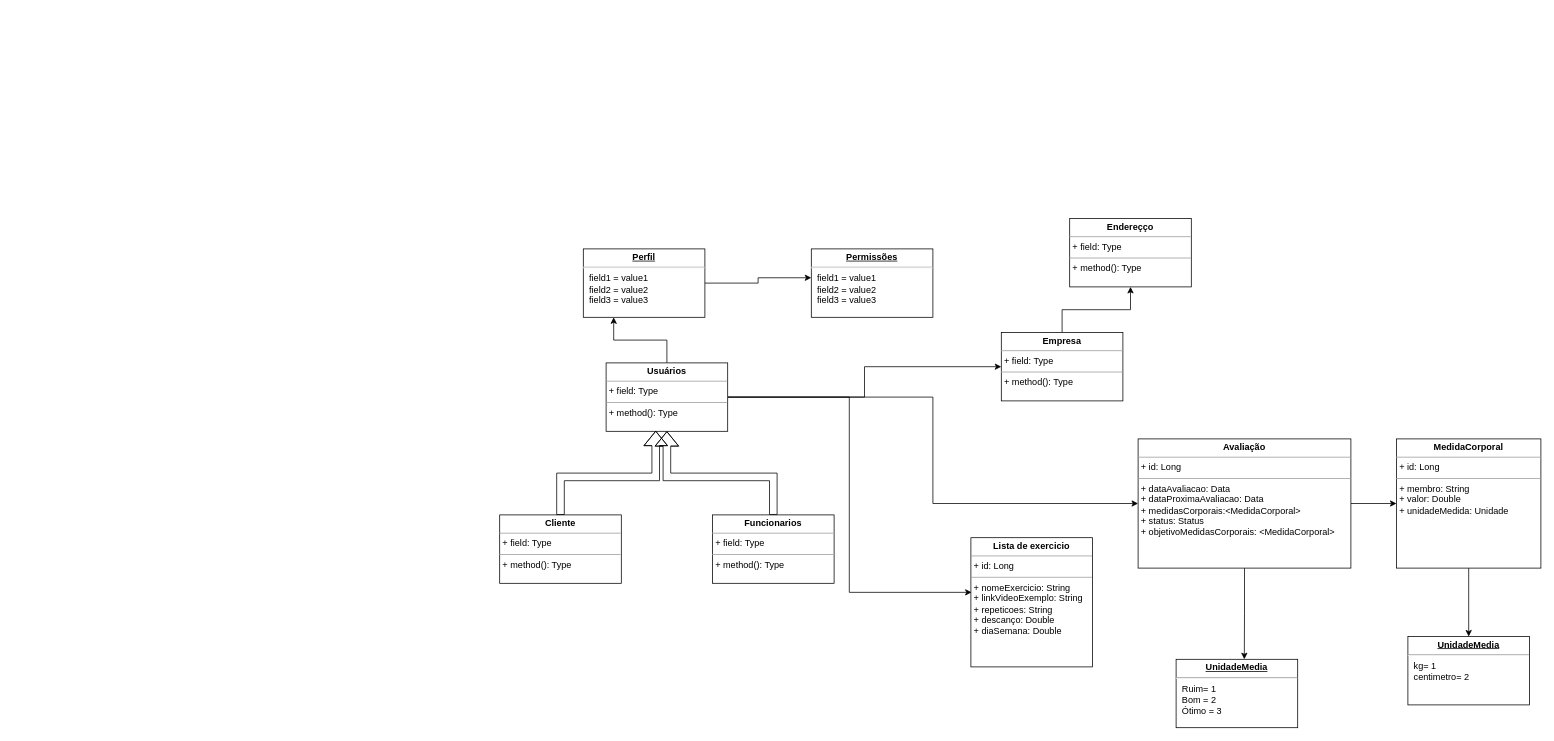
fpspeixoto/Diagramas keeps this draw.io diagram as Academia.drawio. Above is the earlier version. Source tidied: cells renumbered, new cells numbered last; positions are measured from the earlier drawing's top-left corner, leaving out a move shared by most shapes. Both pictures are drawn from the tidied source at 76%, with x=0, y=0 at pixel (499, 218).
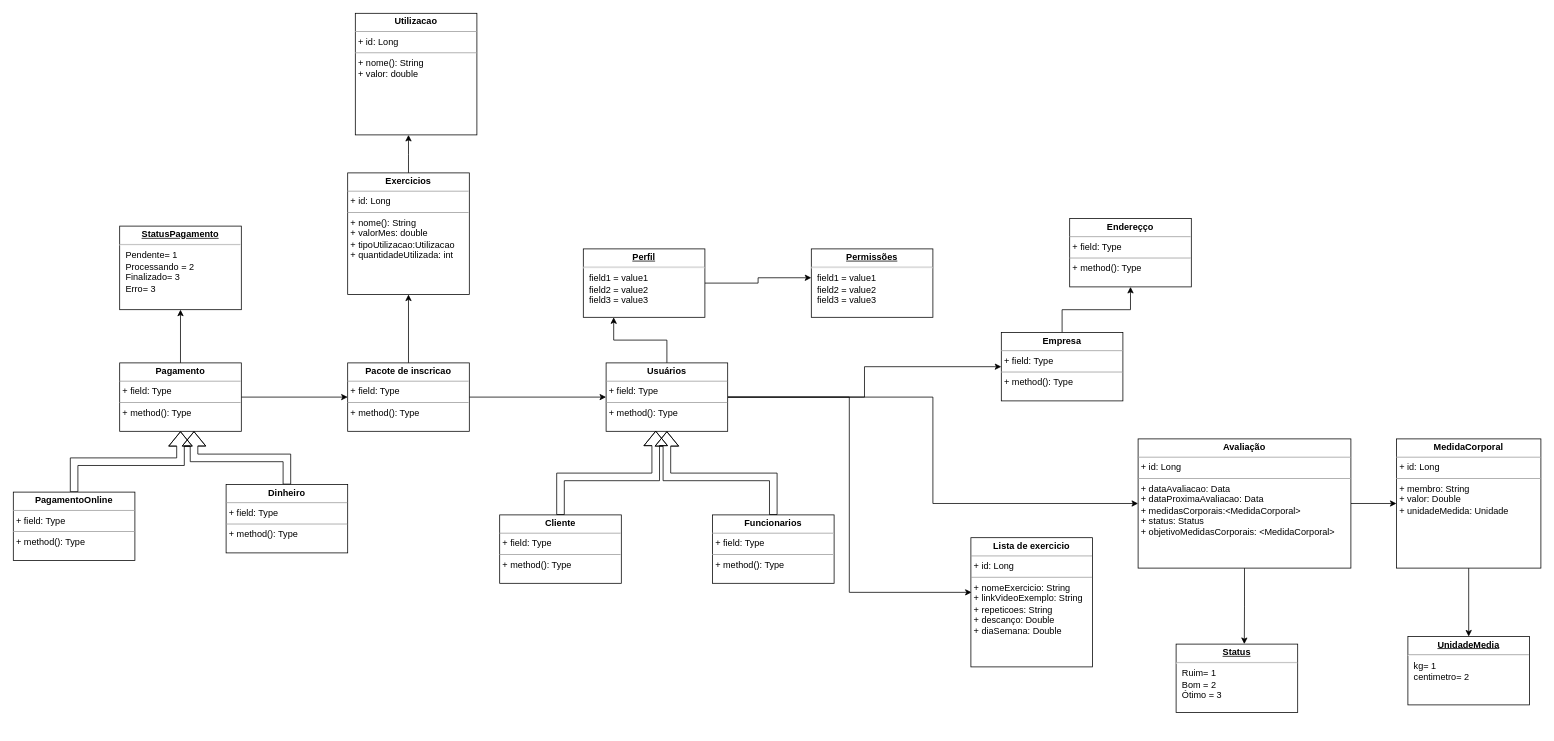
The same page after the edit.

Unchanged cells that the change refers to:
```xml
<mxCell id="6" value="&lt;p style=&quot;margin:0px;margin-top:4px;text-align:center;&quot;&gt;&lt;b&gt;Usuários&lt;/b&gt;&lt;/p&gt;&lt;hr size=&quot;1&quot;&gt;&lt;p style=&quot;margin:0px;margin-left:4px;&quot;&gt;+ field: Type&lt;/p&gt;&lt;hr size=&quot;1&quot;&gt;&lt;p style=&quot;margin:0px;margin-left:4px;&quot;&gt;+ method(): Type&lt;/p&gt;" style="verticalAlign=top;align=left;overflow=fill;fontSize=12;fontFamily=Helvetica;html=1;" parent="1" vertex="1">
  <mxGeometry x="140" y="190" width="160" height="90" as="geometry" />
</mxCell>
```

Change to the diagram source:
```diff
@@
-    <mxCell id="24" value="&lt;p style=&quot;margin:0px;margin-top:4px;text-align:center;text-decoration:underline;&quot;&gt;&lt;b&gt;UnidadeMedia&lt;/b&gt;&lt;/p&gt;&lt;hr&gt;&lt;p style=&quot;margin:0px;margin-left:8px;&quot;&gt;Ruim= 1&lt;br&gt;Bom = 2&lt;/p&gt;&lt;p style=&quot;margin:0px;margin-left:8px;&quot;&gt;Ótimo = 3&lt;br&gt;&lt;br&gt;&lt;/p&gt;" style="verticalAlign=top;align=left;overflow=fill;fontSize=12;fontFamily=Helvetica;html=1;" parent="1" vertex="1">
-      <mxGeometry x="890" y="580" width="160" height="90" as="geometry" />
+    <mxCell id="24" value="&lt;p style=&quot;margin:0px;margin-top:4px;text-align:center;text-decoration:underline;&quot;&gt;&lt;b&gt;Status&lt;/b&gt;&lt;/p&gt;&lt;hr&gt;&lt;p style=&quot;margin:0px;margin-left:8px;&quot;&gt;Ruim= 1&lt;br&gt;Bom = 2&lt;/p&gt;&lt;p style=&quot;margin:0px;margin-left:8px;&quot;&gt;Ótimo = 3&lt;br&gt;&lt;br&gt;&lt;/p&gt;" style="verticalAlign=top;align=left;overflow=fill;fontSize=12;fontFamily=Helvetica;html=1;" parent="1" vertex="1">
+      <mxGeometry x="890" y="560" width="160" height="90" as="geometry" />
     </mxCell>
+    <mxCell id="25" style="edgeStyle=orthogonalEdgeStyle;rounded=0;jettySize=auto;html=1;entryX=0;entryY=0.5;entryDx=0;entryDy=0;" parent="1" edge="1" source="27" target="6">
+      <mxGeometry relative="1" as="geometry" />
+    </mxCell>
+    <mxCell id="26" style="edgeStyle=orthogonalEdgeStyle;rounded=0;jettySize=auto;html=1;entryX=0.5;entryY=1;entryDx=0;entryDy=0;" parent="1" edge="1" source="27" target="36">
+      <mxGeometry relative="1" as="geometry" />
+    </mxCell>
+    <mxCell id="27" value="&lt;p style=&quot;margin:0px;margin-top:4px;text-align:center;&quot;&gt;&lt;b&gt;Pacote de inscricao&lt;/b&gt;&lt;/p&gt;&lt;hr size=&quot;1&quot;&gt;&lt;p style=&quot;margin:0px;margin-left:4px;&quot;&gt;+ field: Type&lt;/p&gt;&lt;hr size=&quot;1&quot;&gt;&lt;p style=&quot;margin:0px;margin-left:4px;&quot;&gt;+ method(): Type&lt;/p&gt;" style="verticalAlign=top;align=left;overflow=fill;fontSize=12;fontFamily=Helvetica;html=1;" parent="1" vertex="1">
+      <mxGeometry x="-200" y="190" width="160" height="90" as="geometry" />
+    </mxCell>
+    <mxCell id="28" style="edgeStyle=orthogonalEdgeStyle;rounded=0;jettySize=auto;html=1;entryX=0;entryY=0.5;entryDx=0;entryDy=0;" parent="1" edge="1" source="30" target="27">
+      <mxGeometry relative="1" as="geometry" />
+    </mxCell>
+    <mxCell id="29" style="edgeStyle=orthogonalEdgeStyle;rounded=0;jettySize=auto;html=1;entryX=0.5;entryY=1;entryDx=0;entryDy=0;" parent="1" edge="1" source="30" target="38">
+      <mxGeometry relative="1" as="geometry" />
+    </mxCell>
+    <mxCell id="30" value="&lt;p style=&quot;margin:0px;margin-top:4px;text-align:center;&quot;&gt;&lt;b&gt;Pagamento&lt;/b&gt;&lt;/p&gt;&lt;hr size=&quot;1&quot;&gt;&lt;p style=&quot;margin:0px;margin-left:4px;&quot;&gt;+ field: Type&lt;/p&gt;&lt;hr size=&quot;1&quot;&gt;&lt;p style=&quot;margin:0px;margin-left:4px;&quot;&gt;+ method(): Type&lt;/p&gt;" style="verticalAlign=top;align=left;overflow=fill;fontSize=12;fontFamily=Helvetica;html=1;" parent="1" vertex="1">
+      <mxGeometry x="-500" y="190" width="160" height="90" as="geometry" />
+    </mxCell>
+    <mxCell id="31" style="edgeStyle=orthogonalEdgeStyle;shape=flexArrow;rounded=0;jettySize=auto;html=1;entryX=0.5;entryY=1;entryDx=0;entryDy=0;" parent="1" edge="1" source="32" target="30">
+      <mxGeometry relative="1" as="geometry" />
+    </mxCell>
+    <mxCell id="32" value="&lt;p style=&quot;margin:0px;margin-top:4px;text-align:center;&quot;&gt;&lt;b&gt;PagamentoOnline&lt;/b&gt;&lt;/p&gt;&lt;hr size=&quot;1&quot;&gt;&lt;p style=&quot;margin:0px;margin-left:4px;&quot;&gt;+ field: Type&lt;/p&gt;&lt;hr size=&quot;1&quot;&gt;&lt;p style=&quot;margin:0px;margin-left:4px;&quot;&gt;+ method(): Type&lt;/p&gt;" style="verticalAlign=top;align=left;overflow=fill;fontSize=12;fontFamily=Helvetica;html=1;" parent="1" vertex="1">
+      <mxGeometry x="-640" y="360" width="160" height="90" as="geometry" />
+    </mxCell>
+    <mxCell id="33" style="edgeStyle=orthogonalEdgeStyle;shape=flexArrow;rounded=0;jettySize=auto;html=1;entryX=0.611;entryY=0.999;entryDx=0;entryDy=0;entryPerimeter=0;" parent="1" edge="1" source="34" target="30">
+      <mxGeometry relative="1" as="geometry" />
+    </mxCell>
+    <mxCell id="34" value="&lt;p style=&quot;margin:0px;margin-top:4px;text-align:center;&quot;&gt;&lt;b&gt;Dinheiro&lt;/b&gt;&lt;/p&gt;&lt;hr size=&quot;1&quot;&gt;&lt;p style=&quot;margin:0px;margin-left:4px;&quot;&gt;+ field: Type&lt;/p&gt;&lt;hr size=&quot;1&quot;&gt;&lt;p style=&quot;margin:0px;margin-left:4px;&quot;&gt;+ method(): Type&lt;/p&gt;" style="verticalAlign=top;align=left;overflow=fill;fontSize=12;fontFamily=Helvetica;html=1;" parent="1" vertex="1">
+      <mxGeometry x="-360" y="350" width="160" height="90" as="geometry" />
+    </mxCell>
+    <mxCell id="35" style="edgeStyle=orthogonalEdgeStyle;rounded=0;jettySize=auto;html=1;entryX=0.5;entryY=1;entryDx=0;entryDy=0;" parent="1" edge="1" source="36">
+      <mxGeometry relative="1" as="geometry">
+        <mxPoint x="-120" y="-110" as="targetPoint" />
+      </mxGeometry>
+    </mxCell>
+    <mxCell id="36" value="&lt;p style=&quot;margin:0px;margin-top:4px;text-align:center;&quot;&gt;&lt;b&gt;Exercicios&lt;/b&gt;&lt;/p&gt;&lt;hr size=&quot;1&quot;&gt;&lt;p style=&quot;margin:0px;margin-left:4px;&quot;&gt;+ id: Long&lt;/p&gt;&lt;hr size=&quot;1&quot;&gt;&lt;p style=&quot;margin:0px;margin-left:4px;&quot;&gt;+ nome(): String&lt;/p&gt;&lt;p style=&quot;margin:0px;margin-left:4px;&quot;&gt;+ valorMes: double&lt;/p&gt;&lt;p style=&quot;margin:0px;margin-left:4px;&quot;&gt;+ tipoUtilizacao:Utilizacao&lt;/p&gt;&lt;p style=&quot;margin:0px;margin-left:4px;&quot;&gt;+ quantidadeUtilizada: int&lt;/p&gt;" style="verticalAlign=top;align=left;overflow=fill;fontSize=12;fontFamily=Helvetica;html=1;" parent="1" vertex="1">
+      <mxGeometry x="-200" y="-60" width="160" height="160" as="geometry" />
+    </mxCell>
+    <mxCell id="37" value="&lt;p style=&quot;margin:0px;margin-top:4px;text-align:center;&quot;&gt;&lt;b&gt;Utilizacao&lt;/b&gt;&lt;/p&gt;&lt;hr size=&quot;1&quot;&gt;&lt;p style=&quot;margin:0px;margin-left:4px;&quot;&gt;+ id: Long&lt;/p&gt;&lt;hr size=&quot;1&quot;&gt;&lt;p style=&quot;margin:0px;margin-left:4px;&quot;&gt;+ nome(): String&lt;/p&gt;&lt;p style=&quot;margin:0px;margin-left:4px;&quot;&gt;+ valor: double&lt;/p&gt;" style="verticalAlign=top;align=left;overflow=fill;fontSize=12;fontFamily=Helvetica;html=1;" parent="1" vertex="1">
+      <mxGeometry x="-190" y="-270" width="160" height="160" as="geometry" />
+    </mxCell>
+    <mxCell id="38" value="&lt;p style=&quot;margin:0px;margin-top:4px;text-align:center;text-decoration:underline;&quot;&gt;&lt;b&gt;StatusPagamento&lt;/b&gt;&lt;/p&gt;&lt;hr&gt;&lt;p style=&quot;margin:0px;margin-left:8px;&quot;&gt;Pendente= 1&lt;br&gt;Processando = 2&lt;/p&gt;&lt;p style=&quot;margin:0px;margin-left:8px;&quot;&gt;Finalizado= 3&lt;/p&gt;&lt;p style=&quot;margin:0px;margin-left:8px;&quot;&gt;Erro= 3&lt;br&gt;&lt;br&gt;&lt;/p&gt;" style="verticalAlign=top;align=left;overflow=fill;fontSize=12;fontFamily=Helvetica;html=1;" parent="1" vertex="1">
+      <mxGeometry x="-500" y="10" width="160" height="110" as="geometry" />
+    </mxCell>
```
